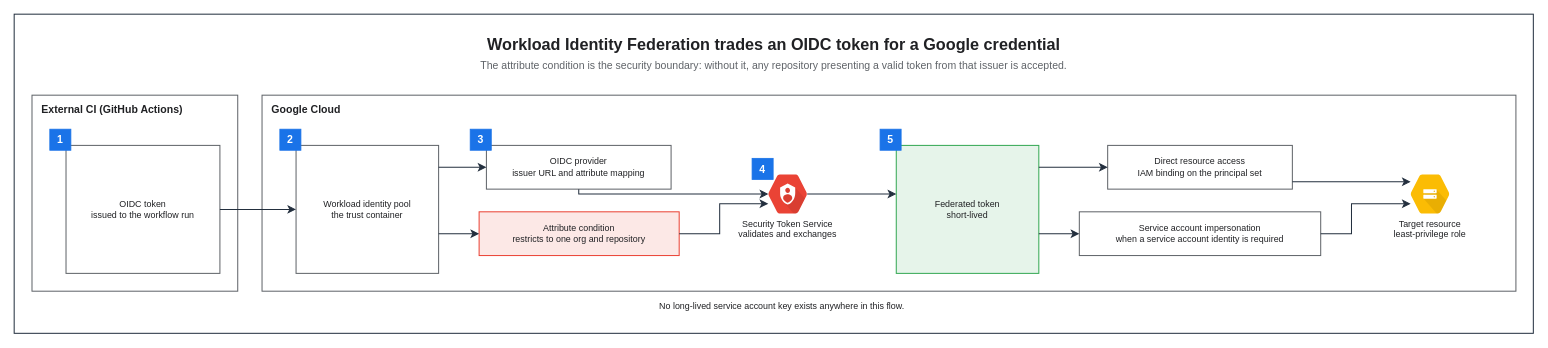
The draw.io diagram assets/img/gcp/gcp-wif-token-exchange-flow.drawio in KKamJi98/kkamji98.github.io, before the edit. Source tidied: cells renumbered, new cells numbered last; positions are measured from the earlier drawing's top-left corner, leaving out a move shared by most shapes. Both pictures are drawn from the tidied source at 81%, with x=0, y=0 at pixel (14, 14).
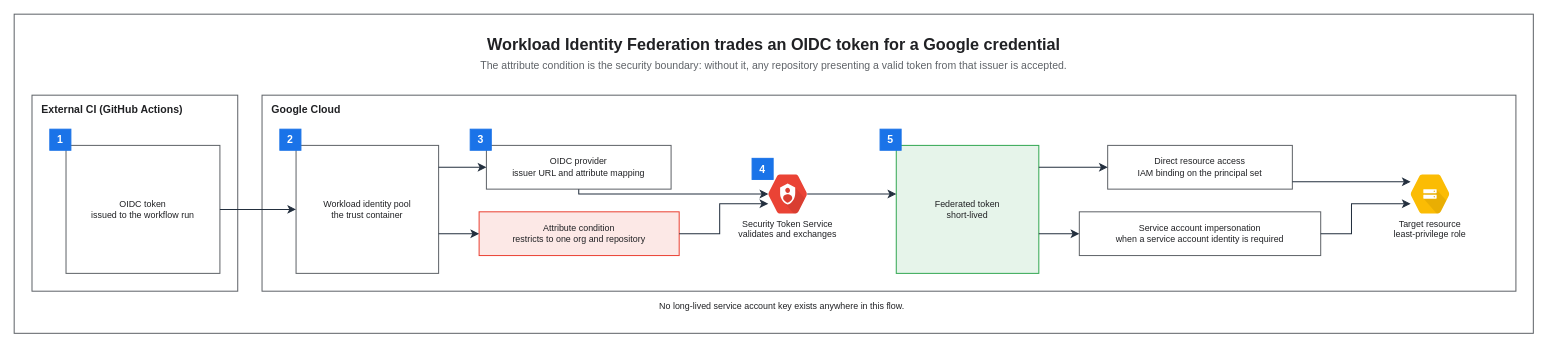
The same page after the edit.

What changed in the source:
```diff
@@
-    <mxCell id="2" style="rounded=0;html=0;fillColor=none;strokeColor=#232F3E;fontColor=#202124;strokeWidth=1.25;" parent="1" vertex="1">
+    <mxCell id="2" style="rounded=0;html=0;fillColor=none;strokeColor=#5F6368;fontColor=#202124;strokeWidth=1.25;" parent="1" vertex="1">
       <mxGeometry width="1875.5" height="394" as="geometry" />
     </mxCell>
@@
-    <mxCell id="17" value="1" style="rounded=0;whiteSpace=wrap;html=0;fillColor=#1A73E8;strokeColor=#1A73E8;fontColor=#FFFFFF;fontSize=13;fontStyle=1;align=center;verticalAlign=middle;" parent="1" vertex="1">
+    <mxCell id="17" value="1" style="rounded=0;whiteSpace=wrap;html=0;fillColor=#1A73E8;strokeColor=#1A73E8;fontColor=#FFFFFF;fontSize=13;fontStyle=1;align=center;verticalAlign=middle;strokeWidth=1.25;" parent="1" vertex="1">
       <mxGeometry x="44" y="142" width="26" height="26" as="geometry" />
     </mxCell>
-    <mxCell id="18" value="2" style="rounded=0;whiteSpace=wrap;html=0;fillColor=#1A73E8;strokeColor=#1A73E8;fontColor=#FFFFFF;fontSize=13;fontStyle=1;align=center;verticalAlign=middle;" parent="1" vertex="1">
+    <mxCell id="18" value="2" style="rounded=0;whiteSpace=wrap;html=0;fillColor=#1A73E8;strokeColor=#1A73E8;fontColor=#FFFFFF;fontSize=13;fontStyle=1;align=center;verticalAlign=middle;strokeWidth=1.25;" parent="1" vertex="1">
       <mxGeometry x="328" y="142" width="26" height="26" as="geometry" />
     </mxCell>
-    <mxCell id="19" value="3" style="rounded=0;whiteSpace=wrap;html=0;fillColor=#1A73E8;strokeColor=#1A73E8;fontColor=#FFFFFF;fontSize=13;fontStyle=1;align=center;verticalAlign=middle;" parent="1" vertex="1">
+    <mxCell id="19" value="3" style="rounded=0;whiteSpace=wrap;html=0;fillColor=#1A73E8;strokeColor=#1A73E8;fontColor=#FFFFFF;fontSize=13;fontStyle=1;align=center;verticalAlign=middle;strokeWidth=1.25;" parent="1" vertex="1">
       <mxGeometry x="563" y="142" width="26" height="26" as="geometry" />
     </mxCell>
-    <mxCell id="20" value="4" style="rounded=0;whiteSpace=wrap;html=0;fillColor=#1A73E8;strokeColor=#1A73E8;fontColor=#FFFFFF;fontSize=13;fontStyle=1;align=center;verticalAlign=middle;" parent="1" vertex="1">
+    <mxCell id="20" value="4" style="rounded=0;whiteSpace=wrap;html=0;fillColor=#1A73E8;strokeColor=#1A73E8;fontColor=#FFFFFF;fontSize=13;fontStyle=1;align=center;verticalAlign=middle;strokeWidth=1.25;" parent="1" vertex="1">
       <mxGeometry x="911" y="178" width="26" height="26" as="geometry" />
     </mxCell>
-    <mxCell id="21" value="5" style="rounded=0;whiteSpace=wrap;html=0;fillColor=#1A73E8;strokeColor=#1A73E8;fontColor=#FFFFFF;fontSize=13;fontStyle=1;align=center;verticalAlign=middle;" parent="1" vertex="1">
+    <mxCell id="21" value="5" style="rounded=0;whiteSpace=wrap;html=0;fillColor=#1A73E8;strokeColor=#1A73E8;fontColor=#FFFFFF;fontSize=13;fontStyle=1;align=center;verticalAlign=middle;strokeWidth=1.25;" parent="1" vertex="1">
       <mxGeometry x="1069" y="142" width="26" height="26" as="geometry" />
     </mxCell>
```
